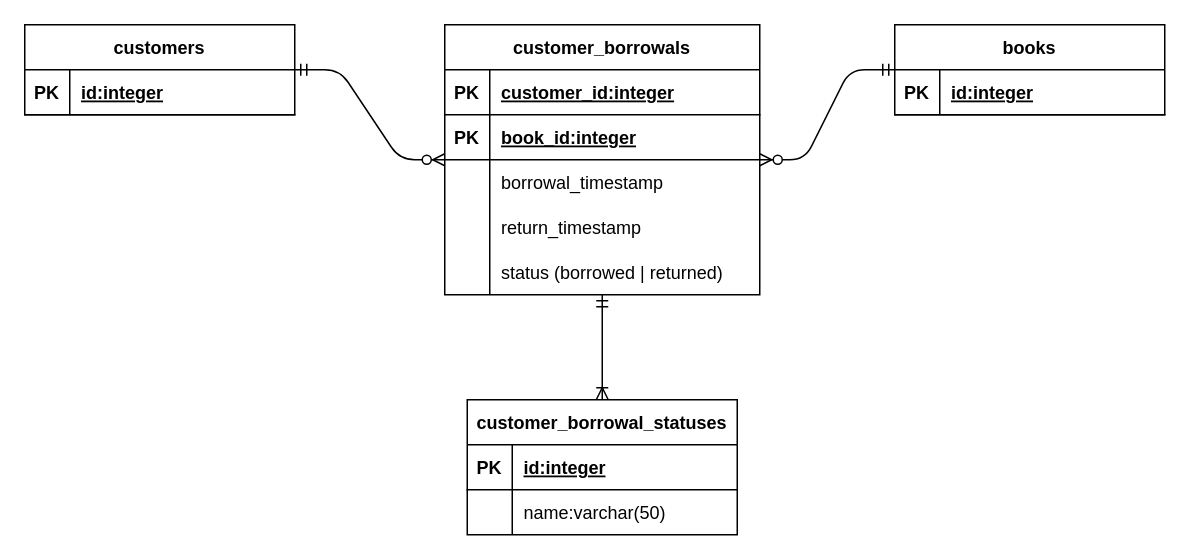
This is page "ERD" (2 of 2) of diagram.drawio from tharindu-io/library-node-ts-be, a draw.io file, before an edit. Source tidied: cells renumbered, new cells numbered last; positions are measured from the earlier drawing's top-left corner, leaving out a move shared by most shapes. Both pictures are drawn from the tidied source at 150%, with x=0, y=0 at pixel (24, 24).
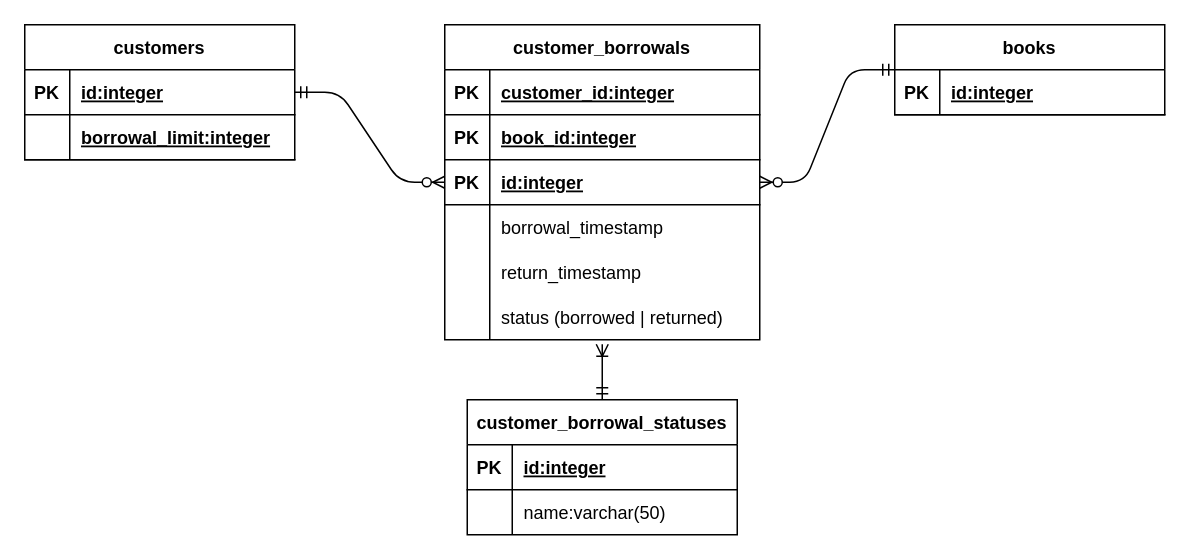
The same diagram, later.

Unchanged cells that the change refers to:
```xml
<mxCell id="28" value="customer_borrowal_statuses" style="shape=table;startSize=30;childLayout=tableLayout;rowLines=0;fontStyle=1;align=center;" parent="1" vertex="1">
  <mxGeometry x="295" y="250" width="180" height="90" as="geometry" />
</mxCell>
```

The edit, as a diff of the source:
```diff
@@
     <mxCell id="6" value="customers" style="shape=table;startSize=30;childLayout=tableLayout;rowLines=0;fontStyle=1;align=center;" parent="1" vertex="1">
-      <mxGeometry width="180" height="60" as="geometry" />
+      <mxGeometry width="180" height="90" as="geometry" />
     </mxCell>
@@
+    <mxCell id="36" style="shape=partialRectangle;fillColor=none;top=0;left=0;bottom=1;right=0;" parent="6" vertex="1">
+      <mxGeometry y="60" width="180" height="30" as="geometry" />
+    </mxCell>
+    <mxCell id="37" style="shape=partialRectangle;fillColor=none;top=0;left=0;bottom=0;right=0;fontStyle=1;overflow=hidden;" parent="36" vertex="1">
+      <mxGeometry width="30" height="30" as="geometry" />
+    </mxCell>
+    <mxCell id="38" value="borrowal_limit:integer" style="shape=partialRectangle;fillColor=none;top=0;left=0;bottom=0;right=0;align=left;spacingLeft=6;fontStyle=5;overflow=hidden;" parent="36" vertex="1">
+      <mxGeometry x="30" width="150" height="30" as="geometry" />
+    </mxCell>
     <mxCell id="10" value="customer_borrowals" style="shape=table;startSize=30;childLayout=tableLayout;rowLines=0;fontStyle=1;align=center;" parent="1" vertex="1">
-      <mxGeometry x="280" width="210" height="180" as="geometry" />
+      <mxGeometry x="280" width="210" height="210" as="geometry" />
     </mxCell>
@@
+    <mxCell id="39" style="shape=partialRectangle;fillColor=none;top=0;left=0;bottom=1;right=0;" parent="10" vertex="1">
+      <mxGeometry y="90" width="210" height="30" as="geometry" />
+    </mxCell>
+    <mxCell id="40" value="PK" style="shape=partialRectangle;fillColor=none;top=0;left=0;bottom=0;right=0;fontStyle=1;overflow=hidden;" parent="39" vertex="1">
+      <mxGeometry width="30" height="30" as="geometry" />
+    </mxCell>
+    <mxCell id="41" value="id:integer" style="shape=partialRectangle;fillColor=none;top=0;left=0;bottom=0;right=0;align=left;spacingLeft=6;fontStyle=5;overflow=hidden;" parent="39" vertex="1">
+      <mxGeometry x="30" width="180" height="30" as="geometry" />
+    </mxCell>
     <mxCell id="17" style="shape=partialRectangle;fillColor=none;top=0;left=0;bottom=0;right=0;" parent="10" vertex="1">
-      <mxGeometry y="90" width="210" height="30" as="geometry" />
+      <mxGeometry y="120" width="210" height="30" as="geometry" />
     </mxCell>
@@
     <mxCell id="20" style="shape=partialRectangle;fillColor=none;top=0;left=0;bottom=0;right=0;" parent="10" vertex="1">
-      <mxGeometry y="120" width="210" height="30" as="geometry" />
+      <mxGeometry y="150" width="210" height="30" as="geometry" />
     </mxCell>
@@
     <mxCell id="23" style="shape=partialRectangle;fillColor=none;top=0;left=0;bottom=0;right=0;points=[[0,0.5],[1,0.5]];portConstraint=eastwest;" parent="10" vertex="1">
-      <mxGeometry y="150" width="210" height="30" as="geometry" />
+      <mxGeometry y="180" width="210" height="30" as="geometry" />
     </mxCell>
@@
-    <mxCell id="35" style="fontSize=12;html=1;endArrow=ERoneToMany;startArrow=ERmandOne;entryX=0.5;entryY=0;entryDx=0;entryDy=0;endFill=0;" parent="1" edge="1" source="23" target="28">
+    <mxCell id="35" style="fontSize=12;html=1;endArrow=ERoneToMany;startArrow=ERmandOne;entryX=0.5;entryY=1.1;entryDx=0;entryDy=0;endFill=0;entryPerimeter=0;exitX=0.5;exitY=0;exitDx=0;exitDy=0;" parent="1" edge="1" source="28" target="23">
       <mxGeometry relative="1" as="geometry" />
     </mxCell>
```
